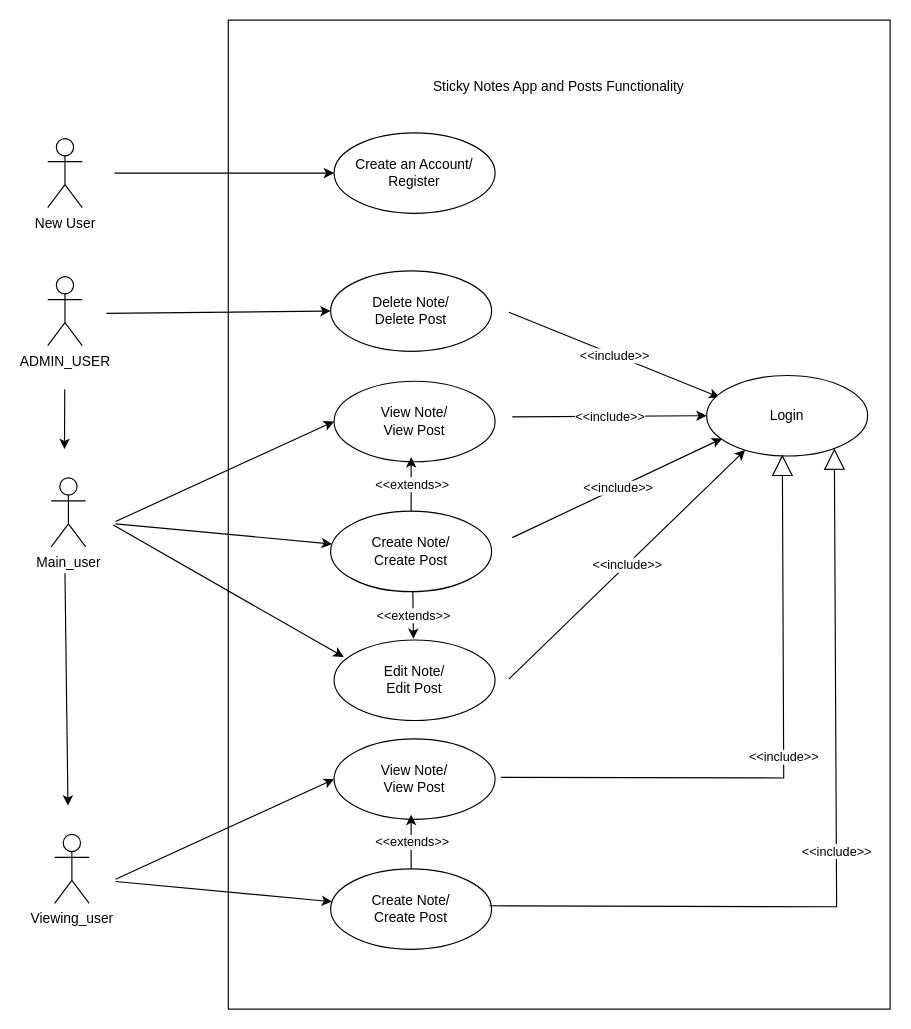
This is Sticky_notes Use case diagram.drawio from DANIEL-BOERESCU/Sticky-notes, a draw.io file, before an edit. Source tidied: cells renumbered, new cells numbered last; positions are measured from the earlier drawing's top-left corner, leaving out a move shared by most shapes. Both pictures are drawn from the tidied source at 115%, with x=0, y=0 at pixel (47, 20).
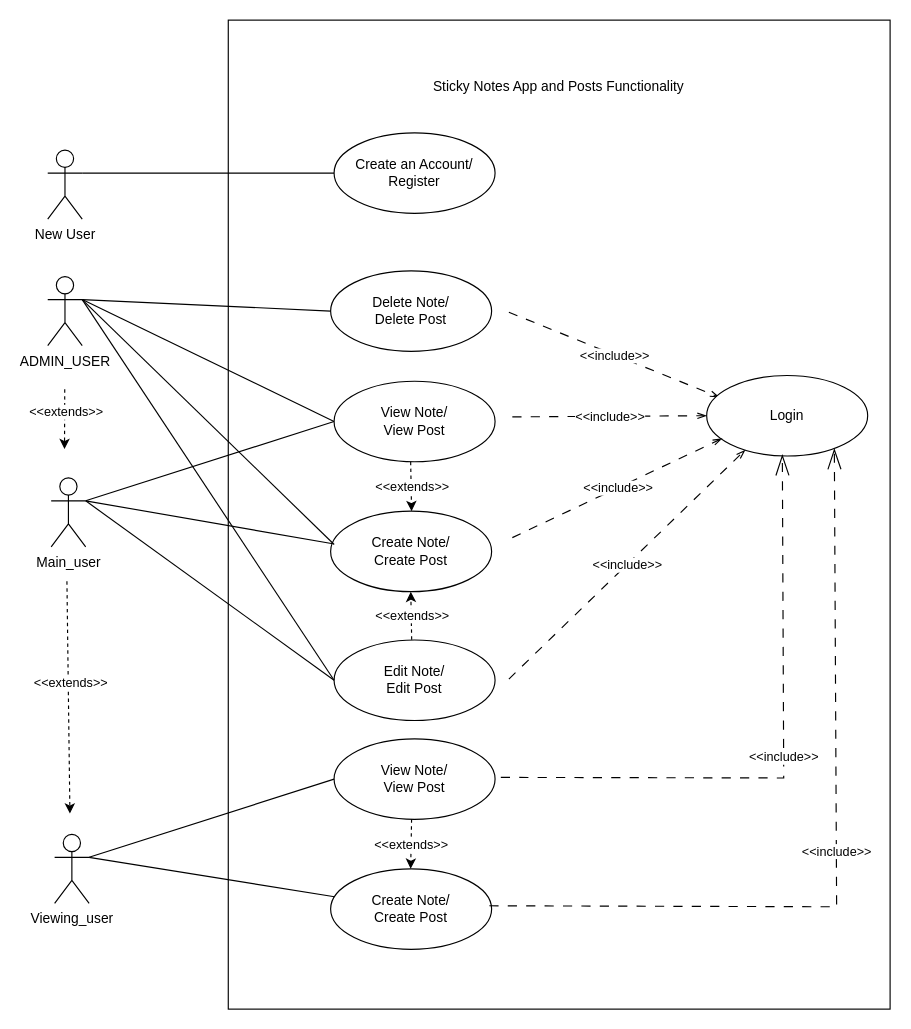
After the change.

The change refers to these unchanged cells:
```xml
<mxCell id="4" value="ADMIN_USER" style="shape=umlActor;verticalLabelPosition=bottom;verticalAlign=top;html=1;" parent="1" vertex="1">
  <mxGeometry y="223" width="30" height="60" as="geometry" />
</mxCell>
<mxCell id="5" value="Main_user" style="shape=umlActor;verticalLabelPosition=bottom;verticalAlign=top;html=1;" parent="1" vertex="1">
  <mxGeometry x="3" y="398" width="30" height="60" as="geometry" />
</mxCell>
<mxCell id="6" value="View Note/&lt;div&gt;View Post&lt;br&gt;&lt;/div&gt;" style="ellipse;whiteSpace=wrap;html=1;" parent="1" vertex="1">
  <mxGeometry x="249" y="314" width="140" height="70" as="geometry" />
</mxCell>
<mxCell id="7" value="Create Note/&lt;div&gt;Create Post&lt;br&gt;&lt;/div&gt;" style="ellipse;whiteSpace=wrap;html=1;" parent="1" vertex="1">
  <mxGeometry x="246" y="427" width="140" height="70" as="geometry" />
</mxCell>
<mxCell id="8" value="Create an Account/&lt;div&gt;Register&lt;/div&gt;" style="ellipse;whiteSpace=wrap;html=1;" parent="1" vertex="1">
  <mxGeometry x="249" y="98" width="140" height="70" as="geometry" />
</mxCell>
<mxCell id="9" value="Edit Note/&lt;div&gt;Edit Post&lt;/div&gt;" style="ellipse;whiteSpace=wrap;html=1;" parent="1" vertex="1">
  <mxGeometry x="249" y="539" width="140" height="70" as="geometry" />
</mxCell>
<mxCell id="20" value="Login" style="ellipse;whiteSpace=wrap;html=1;" parent="1" vertex="1">
  <mxGeometry x="573" y="309" width="140" height="70" as="geometry" />
</mxCell>
<mxCell id="31" value="Viewing_u&lt;span style=&quot;background-color: initial;&quot;&gt;ser&lt;/span&gt;" style="shape=umlActor;verticalLabelPosition=bottom;verticalAlign=top;html=1;" parent="1" vertex="1">
  <mxGeometry x="6" y="708" width="30" height="60" as="geometry" />
</mxCell>
<mxCell id="34" value="View Note/&lt;div&gt;View Post&lt;br&gt;&lt;/div&gt;" style="ellipse;whiteSpace=wrap;html=1;" parent="1" vertex="1">
  <mxGeometry x="249" y="625" width="140" height="70" as="geometry" />
</mxCell>
<mxCell id="35" value="Create Note/&lt;div&gt;Create Post&lt;br&gt;&lt;/div&gt;" style="ellipse;whiteSpace=wrap;html=1;" parent="1" vertex="1">
  <mxGeometry x="246" y="738" width="140" height="70" as="geometry" />
</mxCell>
```

Diff of the diagram source:
```diff
@@
     <mxCell id="3" value="New User" style="shape=umlActor;verticalLabelPosition=bottom;verticalAlign=top;html=1;" parent="1" vertex="1">
-      <mxGeometry y="103" width="30" height="60" as="geometry" />
+      <mxGeometry y="113" width="30" height="60" as="geometry" />
     </mxCell>
@@
-    <mxCell id="11" style="endArrow=classic;html=1;rounded=0;entryX=0;entryY=0.5;entryDx=0;entryDy=0;" parent="1" edge="1" target="8">
-      <mxGeometry relative="1" as="geometry">
-        <mxPoint x="58" y="133" as="sourcePoint" />
-      </mxGeometry>
+    <mxCell id="11" style="endArrow=none;html=1;rounded=0;entryX=0;entryY=0.5;entryDx=0;entryDy=0;endFill=0;exitX=1;exitY=0.3333333333333333;exitDx=0;exitDy=0;exitPerimeter=0;" parent="1" edge="1" source="3" target="8">
+      <mxGeometry relative="1" as="geometry" />
     </mxCell>
-    <mxCell id="12" style="endArrow=classic;html=1;rounded=0;entryX=0;entryY=0.5;entryDx=0;entryDy=0;" parent="1" edge="1" target="6">
-      <mxGeometry relative="1" as="geometry">
-        <mxPoint x="59" y="436" as="sourcePoint" />
-      </mxGeometry>
+    <mxCell id="12" style="endArrow=none;html=1;rounded=0;entryX=0;entryY=0.5;entryDx=0;entryDy=0;endFill=0;exitX=1;exitY=0.3333333333333333;exitDx=0;exitDy=0;exitPerimeter=0;" parent="1" edge="1" source="5" target="6">
+      <mxGeometry relative="1" as="geometry" />
     </mxCell>
-    <mxCell id="13" style="endArrow=classic;html=1;rounded=0;" parent="1" edge="1" target="7">
-      <mxGeometry relative="1" as="geometry">
-        <mxPoint x="59" y="438" as="sourcePoint" />
-      </mxGeometry>
+    <mxCell id="13" style="endArrow=none;html=1;rounded=0;endFill=0;exitX=1;exitY=0.3333333333333333;exitDx=0;exitDy=0;exitPerimeter=0;entryX=0.014;entryY=0.405;entryDx=0;entryDy=0;entryPerimeter=0;" parent="1" edge="1" source="5" target="7">
+      <mxGeometry relative="1" as="geometry" />
     </mxCell>
-    <mxCell id="14" style="endArrow=classic;html=1;rounded=0;entryX=0.06;entryY=0.211;entryDx=0;entryDy=0;entryPerimeter=0;" parent="1" edge="1" target="9">
-      <mxGeometry relative="1" as="geometry">
-        <mxPoint x="57" y="439" as="sourcePoint" />
-      </mxGeometry>
+    <mxCell id="14" style="endArrow=none;html=1;rounded=0;entryX=0;entryY=0.5;entryDx=0;entryDy=0;endFill=0;exitX=1;exitY=0.3333333333333333;exitDx=0;exitDy=0;exitPerimeter=0;" parent="1" edge="1" source="5" target="9">
+      <mxGeometry relative="1" as="geometry" />
     </mxCell>
-    <mxCell id="15" style="endArrow=classic;html=1;rounded=0;" parent="1" edge="1">
+    <mxCell id="15" style="endArrow=none;html=1;rounded=0;endFill=0;exitX=1;exitY=0.3333333333333333;exitDx=0;exitDy=0;exitPerimeter=0;" parent="1" edge="1" source="4">
       <mxGeometry relative="1" as="geometry">
-        <mxPoint x="51" y="255" as="sourcePoint" />
         <mxPoint x="246" y="253" as="targetPoint" />
       </mxGeometry>
     </mxCell>
@@
-    <mxCell id="17" style="endArrow=classic;html=1;rounded=0;" parent="1" edge="1">
+    <mxCell id="17" style="endArrow=classic;html=1;rounded=0;dashed=1;" parent="1" edge="1">
       <mxGeometry relative="1" as="geometry">
         <mxPoint x="14.8" y="321" as="sourcePoint" />
         <mxPoint x="14.6" y="373" as="targetPoint" />
       </mxGeometry>
     </mxCell>
+    <mxCell id="41" value="&amp;lt;&amp;lt;extends&amp;gt;&amp;gt;" style="edgeLabel;html=1;align=center;verticalAlign=middle;" parent="17" vertex="1">
+      <mxGeometry x="-0.28" y="1" relative="1" as="geometry" />
+    </mxCell>
-    <mxCell id="18" style="endArrow=classic;html=1;rounded=0;entryX=0.079;entryY=0.271;entryDx=0;entryDy=0;entryPerimeter=0;" parent="1" edge="1" target="20">
+    <mxCell id="18" style="endArrow=openThin;html=1;rounded=0;entryX=0.079;entryY=0.271;entryDx=0;entryDy=0;entryPerimeter=0;dashed=1;dashPattern=8 8;endFill=0;" parent="1" edge="1" target="20">
       <mxGeometry relative="1" as="geometry">
         <mxPoint x="401" y="254" as="sourcePoint" />
       </mxGeometry>
     </mxCell>
@@
-    <mxCell id="21" style="endArrow=classic;html=1;rounded=0;entryX=0;entryY=0.5;entryDx=0;entryDy=0;" parent="1" edge="1" target="20">
+    <mxCell id="21" style="endArrow=openThin;html=1;rounded=0;entryX=0;entryY=0.5;entryDx=0;entryDy=0;dashed=1;dashPattern=8 8;endFill=0;" parent="1" edge="1" target="20">
       <mxGeometry relative="1" as="geometry">
         <mxPoint x="404" y="345" as="sourcePoint" />
       </mxGeometry>
     </mxCell>
@@
-    <mxCell id="23" style="endArrow=classic;html=1;rounded=0;entryX=0.096;entryY=0.783;entryDx=0;entryDy=0;entryPerimeter=0;" parent="1" edge="1" target="20">
+    <mxCell id="23" style="endArrow=openThin;html=1;rounded=0;entryX=0.096;entryY=0.783;entryDx=0;entryDy=0;entryPerimeter=0;dashed=1;dashPattern=8 8;endFill=0;" parent="1" edge="1" target="20">
       <mxGeometry relative="1" as="geometry">
         <mxPoint x="404" y="450" as="sourcePoint" />
       </mxGeometry>
     </mxCell>
@@
-    <mxCell id="25" style="endArrow=classic;html=1;rounded=0;entryX=0.239;entryY=0.926;entryDx=0;entryDy=0;entryPerimeter=0;" parent="1" edge="1" target="20">
+    <mxCell id="25" style="endArrow=openThin;html=1;rounded=0;entryX=0.239;entryY=0.926;entryDx=0;entryDy=0;entryPerimeter=0;dashed=1;dashPattern=8 8;endFill=0;" parent="1" edge="1" target="20">
       <mxGeometry relative="1" as="geometry">
         <mxPoint x="401" y="573" as="sourcePoint" />
       </mxGeometry>
     </mxCell>
@@
-    <mxCell id="27" style="endArrow=classic;html=1;rounded=0;exitX=0.5;exitY=0;exitDx=0;exitDy=0;" parent="1" edge="1" source="7">
+    <mxCell id="27" style="endArrow=classic;html=1;rounded=0;dashed=1;exitX=0.482;exitY=-0.003;exitDx=0;exitDy=0;exitPerimeter=0;" parent="1" edge="1" source="9">
       <mxGeometry relative="1" as="geometry">
-        <mxPoint x="316" y="380" as="targetPoint" />
+        <mxPoint x="315.7" y="497" as="targetPoint" />
       </mxGeometry>
     </mxCell>
@@
-    <mxCell id="29" style="endArrow=classic;html=1;rounded=0;exitX=0.5;exitY=0;exitDx=0;exitDy=0;" parent="1" edge="1">
-      <mxGeometry relative="1" as="geometry">
-        <mxPoint x="317.5" y="497" as="sourcePoint" />
-        <mxPoint x="318" y="538" as="targetPoint" />
-      </mxGeometry>
-    </mxCell>
-    <mxCell id="30" value="&amp;lt;&amp;lt;extends&amp;gt;&amp;gt;" style="edgeLabel;html=1;align=center;verticalAlign=middle;" parent="29" vertex="1">
-      <mxGeometry relative="1" as="geometry" />
-    </mxCell>
@@
-    <mxCell id="32" style="endArrow=classic;html=1;rounded=0;" parent="1" edge="1">
+    <mxCell id="32" style="endArrow=classic;html=1;rounded=0;dashed=1;" parent="1" edge="1">
       <mxGeometry relative="1" as="geometry">
-        <mxPoint x="15" y="481" as="sourcePoint" />
-        <mxPoint x="17.6" y="683" as="targetPoint" />
+        <mxPoint x="16.7" y="488" as="sourcePoint" />
+        <mxPoint x="19.3" y="690" as="targetPoint" />
       </mxGeometry>
     </mxCell>
+    <mxCell id="42" value="&amp;lt;&amp;lt;extends&amp;gt;&amp;gt;" style="edgeLabel;html=1;align=center;verticalAlign=middle;" parent="32" vertex="1">
+      <mxGeometry x="-0.13" y="2" relative="1" as="geometry" />
+    </mxCell>
-    <mxCell id="33" value="&amp;lt;&amp;lt;include&amp;gt;&amp;gt;" style="endArrow=block;endSize=16;endFill=0;html=1;rounded=0;entryX=0.47;entryY=0.983;entryDx=0;entryDy=0;entryPerimeter=0;" parent="1" edge="1" target="20">
+    <mxCell id="33" value="&amp;lt;&amp;lt;include&amp;gt;&amp;gt;" style="endArrow=openThin;endSize=16;endFill=0;html=1;rounded=0;entryX=0.47;entryY=0.983;entryDx=0;entryDy=0;entryPerimeter=0;dashed=1;dashPattern=8 8;" parent="1" edge="1" target="20">
       <mxGeometry relative="1" as="geometry">
         <mxPoint x="394" y="658.5" as="sourcePoint" />
         <Array as="points">
           <mxPoint x="640" y="659" />
         </Array>
       </mxGeometry>
     </mxCell>
@@
-    <mxCell id="36" style="endArrow=classic;html=1;rounded=0;entryX=0;entryY=0.5;entryDx=0;entryDy=0;" parent="1" edge="1" target="34">
-      <mxGeometry relative="1" as="geometry">
-        <mxPoint x="59" y="747" as="sourcePoint" />
-      </mxGeometry>
+    <mxCell id="36" style="endArrow=none;html=1;rounded=0;entryX=0;entryY=0.5;entryDx=0;entryDy=0;endFill=0;exitX=1;exitY=0.3333333333333333;exitDx=0;exitDy=0;exitPerimeter=0;" parent="1" edge="1" source="31" target="34">
+      <mxGeometry relative="1" as="geometry" />
     </mxCell>
-    <mxCell id="37" style="endArrow=classic;html=1;rounded=0;" parent="1" edge="1" target="35">
-      <mxGeometry relative="1" as="geometry">
-        <mxPoint x="59" y="749" as="sourcePoint" />
-      </mxGeometry>
+    <mxCell id="37" style="endArrow=none;html=1;rounded=0;endFill=0;exitX=1;exitY=0.3333333333333333;exitDx=0;exitDy=0;exitPerimeter=0;" parent="1" edge="1" source="31" target="35">
+      <mxGeometry relative="1" as="geometry" />
     </mxCell>
-    <mxCell id="38" style="endArrow=classic;html=1;rounded=0;exitX=0.5;exitY=0;exitDx=0;exitDy=0;" parent="1" edge="1" source="35">
+    <mxCell id="38" style="endArrow=classic;html=1;rounded=0;exitX=0.5;exitY=0;exitDx=0;exitDy=0;dashed=1;" parent="1" edge="1">
       <mxGeometry relative="1" as="geometry">
-        <mxPoint x="316" y="691" as="targetPoint" />
+        <mxPoint x="316.4" y="695" as="sourcePoint" />
+        <mxPoint x="315.6" y="738" as="targetPoint" />
       </mxGeometry>
     </mxCell>
@@
-    <mxCell id="40" value="&amp;lt;&amp;lt;include&amp;gt;&amp;gt;" style="endArrow=block;endSize=16;endFill=0;html=1;rounded=0;entryX=0.793;entryY=0.907;entryDx=0;entryDy=0;entryPerimeter=0;exitX=0.986;exitY=0.459;exitDx=0;exitDy=0;exitPerimeter=0;" parent="1" edge="1" source="35" target="20">
+    <mxCell id="40" value="&amp;lt;&amp;lt;include&amp;gt;&amp;gt;" style="endArrow=openThin;endSize=16;endFill=0;html=1;rounded=0;entryX=0.793;entryY=0.907;entryDx=0;entryDy=0;entryPerimeter=0;exitX=0.986;exitY=0.459;exitDx=0;exitDy=0;exitPerimeter=0;dashed=1;dashPattern=8 8;" parent="1" edge="1" source="35" target="20">
       <mxGeometry relative="1" as="geometry">
         <Array as="points">
           <mxPoint x="686" y="771" />
         </Array>
       </mxGeometry>
     </mxCell>
+    <mxCell id="43" style="endArrow=classic;html=1;rounded=0;exitX=0.5;exitY=0;exitDx=0;exitDy=0;dashed=1;" parent="1" edge="1">
+      <mxGeometry relative="1" as="geometry">
+        <mxPoint x="315.6" y="384" as="sourcePoint" />
+        <mxPoint x="316.4" y="427" as="targetPoint" />
+      </mxGeometry>
+    </mxCell>
+    <mxCell id="30" value="&amp;lt;&amp;lt;extends&amp;gt;&amp;gt;" style="edgeLabel;html=1;align=center;verticalAlign=middle;" parent="43" vertex="1">
+      <mxGeometry relative="1" as="geometry" />
+    </mxCell>
+    <mxCell id="44" style="endArrow=none;html=1;rounded=0;endFill=0;entryX=0;entryY=0.5;entryDx=0;entryDy=0;exitX=1;exitY=0.3333333333333333;exitDx=0;exitDy=0;exitPerimeter=0;" parent="1" edge="1" source="4" target="6">
+      <mxGeometry relative="1" as="geometry" />
+    </mxCell>
+    <mxCell id="45" style="endArrow=none;html=1;rounded=0;endFill=0;entryX=0.022;entryY=0.414;entryDx=0;entryDy=0;exitX=1;exitY=0.3333333333333333;exitDx=0;exitDy=0;exitPerimeter=0;entryPerimeter=0;" parent="1" edge="1" source="4" target="7">
+      <mxGeometry relative="1" as="geometry" />
+    </mxCell>
+    <mxCell id="46" style="endArrow=none;html=1;rounded=0;entryX=0;entryY=0.5;entryDx=0;entryDy=0;endFill=0;exitX=1;exitY=0.3333333333333333;exitDx=0;exitDy=0;exitPerimeter=0;" parent="1" edge="1" source="4" target="9">
+      <mxGeometry relative="1" as="geometry" />
+    </mxCell>
```
